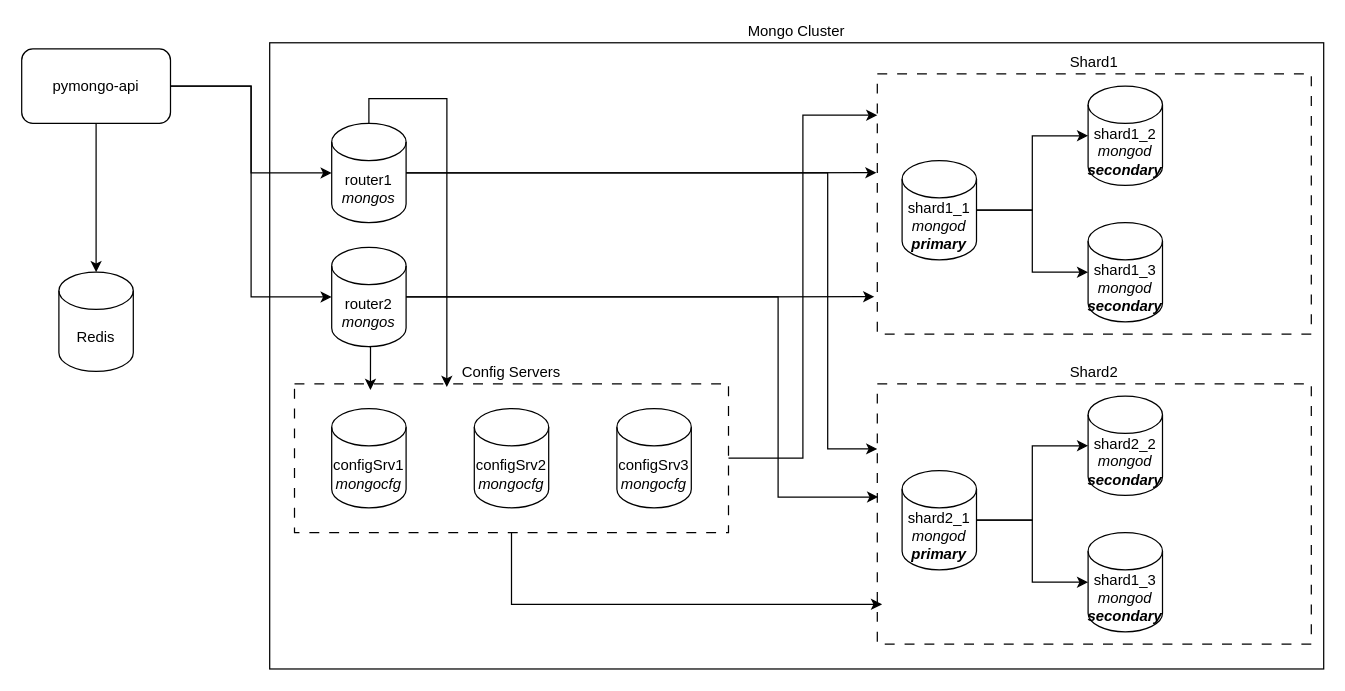
hammer-for-you/architecture-black_friday keeps this draw.io diagram as diagrams/task1_3.drawio. Above is the earlier version. Source tidied: cells renumbered, new cells numbered last; positions are measured from the earlier drawing's top-left corner, leaving out a move shared by most shapes. Both pictures are drawn from the tidied source at 124%, with x=0, y=0 at pixel (21, 42).
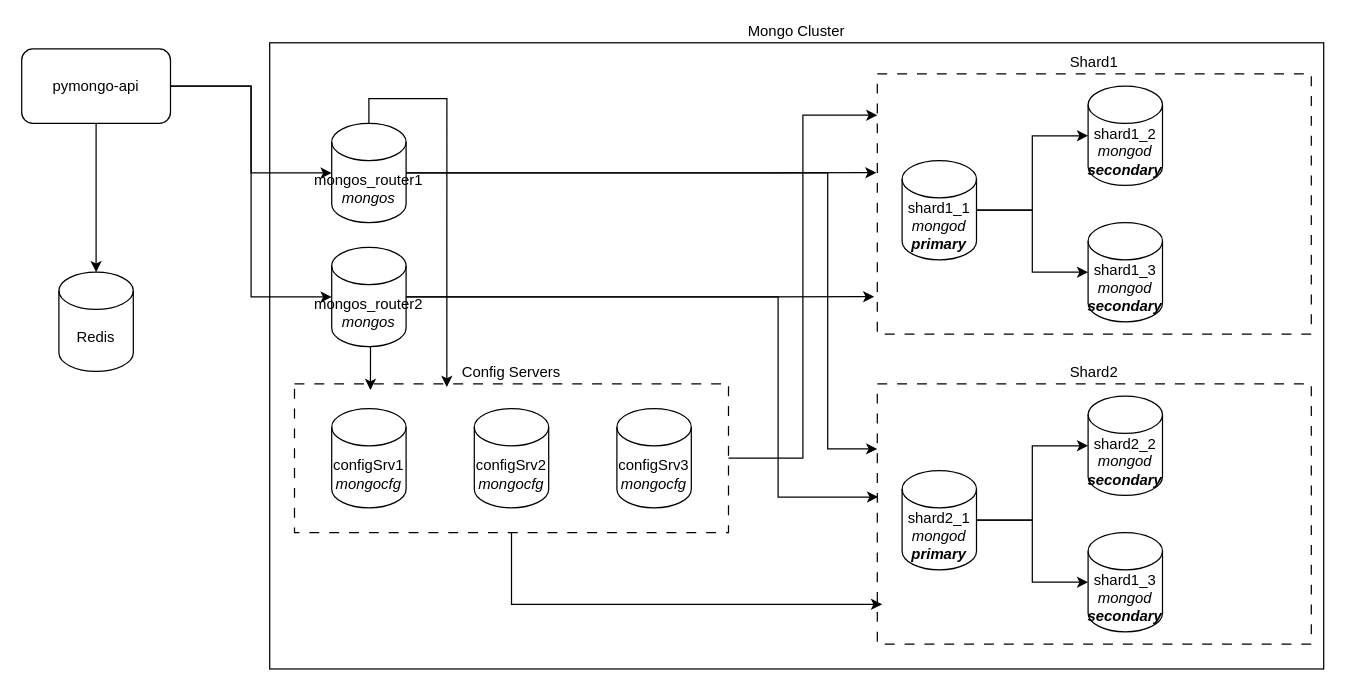
After the change.

What changed in the source:
```diff
@@
-    <mxCell id="5" value="&lt;div&gt;router1&lt;/div&gt;&lt;i&gt;mon&lt;/i&gt;&lt;i&gt;gos&lt;/i&gt;" style="shape=cylinder3;whiteSpace=wrap;html=1;boundedLbl=1;backgroundOutline=1;size=15;" parent="1" vertex="1">
+    <mxCell id="5" value="&lt;div&gt;mongos_router1&lt;/div&gt;&lt;i&gt;mon&lt;/i&gt;&lt;i&gt;gos&lt;/i&gt;" style="shape=cylinder3;whiteSpace=wrap;html=1;boundedLbl=1;backgroundOutline=1;size=15;" parent="1" vertex="1">
       <mxGeometry x="250" y="65" width="60" height="80" as="geometry" />
     </mxCell>
@@
-    <mxCell id="23" value="&lt;div&gt;router2&lt;/div&gt;&lt;i&gt;mon&lt;/i&gt;&lt;i&gt;gos&lt;/i&gt;" style="shape=cylinder3;whiteSpace=wrap;html=1;boundedLbl=1;backgroundOutline=1;size=15;" parent="1" vertex="1">
+    <mxCell id="23" value="&lt;div&gt;mongos_router2&lt;/div&gt;&lt;i&gt;mon&lt;/i&gt;&lt;i&gt;gos&lt;/i&gt;" style="shape=cylinder3;whiteSpace=wrap;html=1;boundedLbl=1;backgroundOutline=1;size=15;" parent="1" vertex="1">
       <mxGeometry x="250" y="165" width="60" height="80" as="geometry" />
     </mxCell>
```
